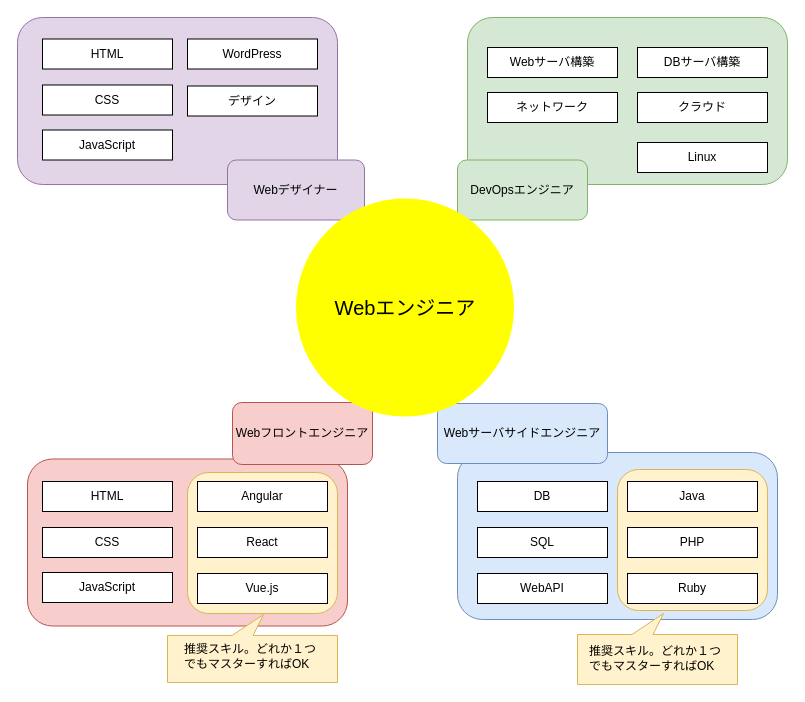
Before: Untitled Diagram.drawio in furugen/Drawio, a draw.io diagram. Source tidied: cells renumbered, new cells numbered last; positions are measured from the earlier drawing's top-left corner, leaving out a move shared by most shapes. Both pictures are drawn from the tidied source at 100%, with x=0, y=0 at pixel (17, 17).
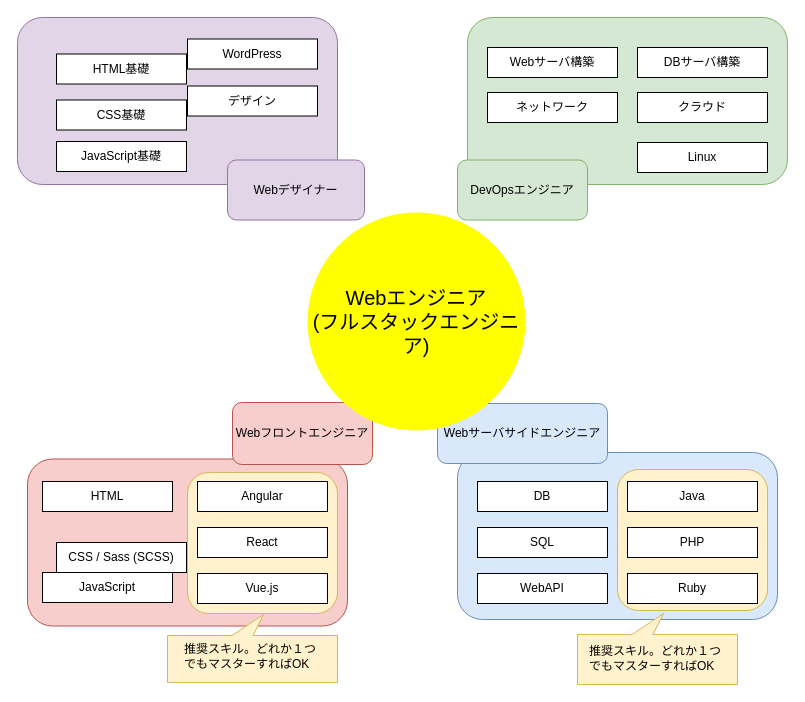
The same page after the edit.

Diff of the diagram source:
```diff
@@
-    <mxCell id="13" value="CSS" style="rounded=0;whiteSpace=wrap;html=1;" parent="1" vertex="1">
-      <mxGeometry x="25" y="510" width="130" height="30" as="geometry" />
+    <mxCell id="13" value="CSS / Sass (SCSS)" style="rounded=0;whiteSpace=wrap;html=1;" parent="1" vertex="1">
+      <mxGeometry x="39" y="525" width="130" height="30" as="geometry" />
     </mxCell>
@@
-    <mxCell id="26" value="HTML" style="rounded=0;whiteSpace=wrap;html=1;" parent="1" vertex="1">
-      <mxGeometry x="25" y="21.5" width="130" height="30" as="geometry" />
+    <mxCell id="26" value="HTML基礎" style="rounded=0;whiteSpace=wrap;html=1;" parent="1" vertex="1">
+      <mxGeometry x="39" y="36.5" width="130" height="30" as="geometry" />
     </mxCell>
-    <mxCell id="27" value="CSS" style="rounded=0;whiteSpace=wrap;html=1;" parent="1" vertex="1">
-      <mxGeometry x="25" y="67.5" width="130" height="30" as="geometry" />
+    <mxCell id="27" value="CSS基礎" style="rounded=0;whiteSpace=wrap;html=1;" parent="1" vertex="1">
+      <mxGeometry x="39" y="82.5" width="130" height="30" as="geometry" />
     </mxCell>
-    <mxCell id="28" value="JavaScript" style="rounded=0;whiteSpace=wrap;html=1;" parent="1" vertex="1">
-      <mxGeometry x="25" y="112.5" width="130" height="30" as="geometry" />
+    <mxCell id="28" value="JavaScript基礎" style="rounded=0;whiteSpace=wrap;html=1;" parent="1" vertex="1">
+      <mxGeometry x="39" y="124" width="130" height="30" as="geometry" />
     </mxCell>
@@
-    <mxCell id="39" value="&lt;span style=&quot;white-space: normal&quot;&gt;&lt;font style=&quot;font-size: 20px&quot;&gt;Webエンジニア&lt;/font&gt;&lt;/span&gt;" style="ellipse;whiteSpace=wrap;html=1;fillColor=#FFFF00;strokeColor=none;" parent="1" vertex="1">
-      <mxGeometry x="278.5" y="181" width="218" height="218" as="geometry" />
+    <mxCell id="39" value="&lt;span style=&quot;white-space: normal&quot;&gt;&lt;font style=&quot;font-size: 20px&quot;&gt;Webエンジニア&lt;br&gt;(フルスタックエンジニア)&lt;br&gt;&lt;/font&gt;&lt;/span&gt;" style="ellipse;whiteSpace=wrap;html=1;fillColor=#FFFF00;strokeColor=none;" parent="1" vertex="1">
+      <mxGeometry x="290" y="195" width="218" height="218" as="geometry" />
     </mxCell>
```
